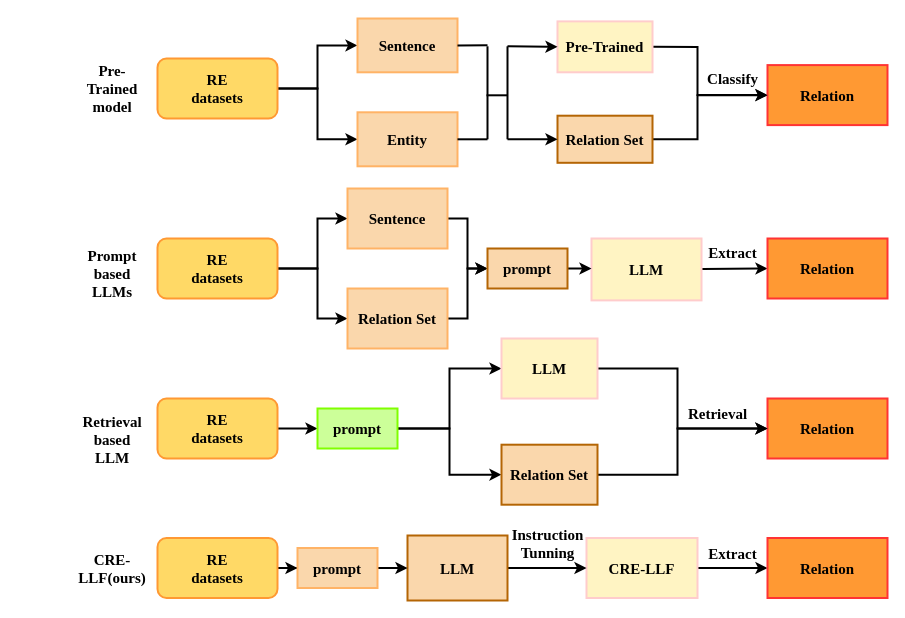
This is Figure1.drawio from SkyuForever/CRE-LLM, a draw.io file, before an edit. Source tidied: cells renumbered, new cells numbered last; positions are measured from the earlier drawing's top-left corner, leaving out a move shared by most shapes. Both pictures are drawn from the tidied source at 100%, with x=0, y=0 at pixel (77, 18).
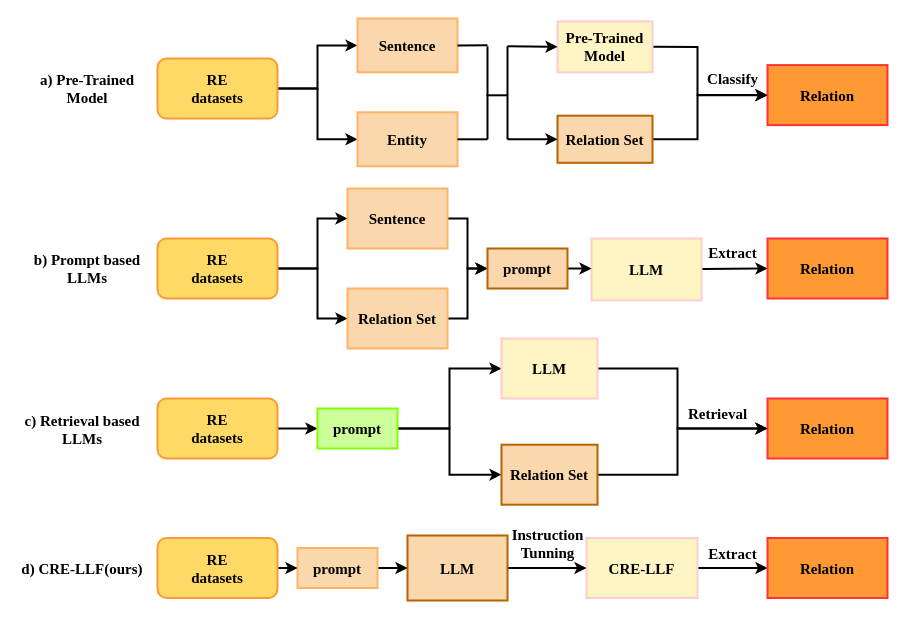
After the change.

What changed in the source:
```diff
@@
-    <mxCell id="7" value="CRE-LLF(ours)" style="text;html=1;strokeColor=none;fillColor=none;align=center;verticalAlign=middle;whiteSpace=wrap;rounded=0;strokeWidth=2;fontFamily=Times New Roman;fontStyle=1;fontSize=15;" parent="1" vertex="1">
-      <mxGeometry y="534.5" width="70" height="30" as="geometry" />
+    <mxCell id="7" value="d) CRE-LLF(ours)" style="text;html=1;strokeColor=none;fillColor=none;align=center;verticalAlign=middle;whiteSpace=wrap;rounded=0;strokeWidth=2;fontFamily=Times New Roman;fontStyle=1;fontSize=15;" parent="1" vertex="1">
+      <mxGeometry x="-60" y="534.5" width="130" height="30" as="geometry" />
     </mxCell>
-    <mxCell id="8" value="Pre-Trained model" style="text;html=1;strokeColor=none;fillColor=none;align=center;verticalAlign=middle;whiteSpace=wrap;rounded=0;strokeWidth=2;fontFamily=Times New Roman;fontStyle=1;fontSize=15;" parent="1" vertex="1">
-      <mxGeometry y="55" width="70" height="30" as="geometry" />
+    <mxCell id="8" value="a) Pre-Trained Model" style="text;html=1;strokeColor=none;fillColor=none;align=center;verticalAlign=middle;whiteSpace=wrap;rounded=0;strokeWidth=2;fontFamily=Times New Roman;fontStyle=1;fontSize=15;" parent="1" vertex="1">
+      <mxGeometry x="-40" y="55" width="100" height="30" as="geometry" />
     </mxCell>
@@
-    <mxCell id="15" value="&lt;span style=&quot;font-size: 15px;&quot;&gt;Pre-Trained&lt;/span&gt;" style="rounded=0;whiteSpace=wrap;html=1;fillColor=#FFF4C3;strokeWidth=2;fontFamily=Times New Roman;fontStyle=1;fontSize=15;strokeColor=#FFCCCC;" parent="1" vertex="1">
+    <mxCell id="15" value="&lt;span style=&quot;font-size: 15px;&quot;&gt;Pre-Trained&lt;br&gt;Model&lt;br&gt;&lt;/span&gt;" style="rounded=0;whiteSpace=wrap;html=1;fillColor=#FFF4C3;strokeWidth=2;fontFamily=Times New Roman;fontStyle=1;fontSize=15;strokeColor=#FFCCCC;" parent="1" vertex="1">
       <mxGeometry x="480" y="2.9" width="95" height="50.9" as="geometry" />
     </mxCell>
@@
-    <mxCell id="35" value="Prompt based LLMs" style="text;html=1;strokeColor=none;fillColor=none;align=center;verticalAlign=middle;whiteSpace=wrap;rounded=0;strokeWidth=2;fontFamily=Times New Roman;fontStyle=1;fontSize=15;" parent="1" vertex="1">
-      <mxGeometry y="240" width="70" height="30" as="geometry" />
+    <mxCell id="35" value="b) Prompt based LLMs" style="text;html=1;strokeColor=none;fillColor=none;align=center;verticalAlign=middle;whiteSpace=wrap;rounded=0;strokeWidth=2;fontFamily=Times New Roman;fontStyle=1;fontSize=15;" parent="1" vertex="1">
+      <mxGeometry x="-45" y="235" width="110" height="30" as="geometry" />
     </mxCell>
@@
-    <mxCell id="43" value="Retrieval based LLM" style="text;html=1;strokeColor=none;fillColor=none;align=center;verticalAlign=middle;whiteSpace=wrap;rounded=0;strokeWidth=2;fontFamily=Times New Roman;fontStyle=1;fontSize=15;" parent="1" vertex="1">
-      <mxGeometry y="406.2" width="70" height="30" as="geometry" />
+    <mxCell id="43" value="c) Retrieval based LLMs" style="text;html=1;strokeColor=none;fillColor=none;align=center;verticalAlign=middle;whiteSpace=wrap;rounded=0;strokeWidth=2;fontFamily=Times New Roman;fontStyle=1;fontSize=15;" parent="1" vertex="1">
+      <mxGeometry x="-55" y="396.2" width="120" height="30" as="geometry" />
     </mxCell>
```
